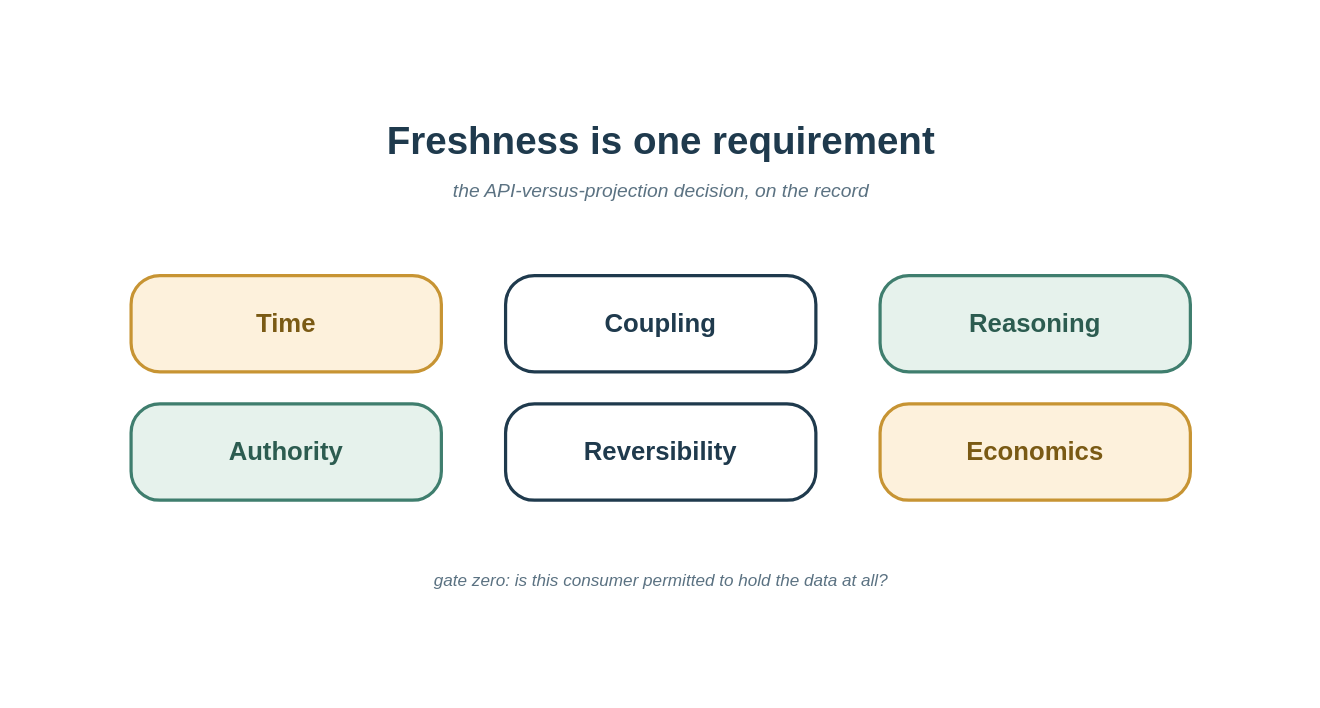
AlexeyEvlampiev/alexeyevlampiev.github.io keeps this draw.io diagram as content/posts/freshness-isnt-the-only-axis/social-card.drawio. Above is the earlier version. Source tidied: cells renumbered, new cells numbered last; positions are measured from the earlier drawing's top-left corner, leaving out a move shared by most shapes. Both pictures are drawn from the tidied source at 107%, with x=0, y=0 at pixel (18, 18).
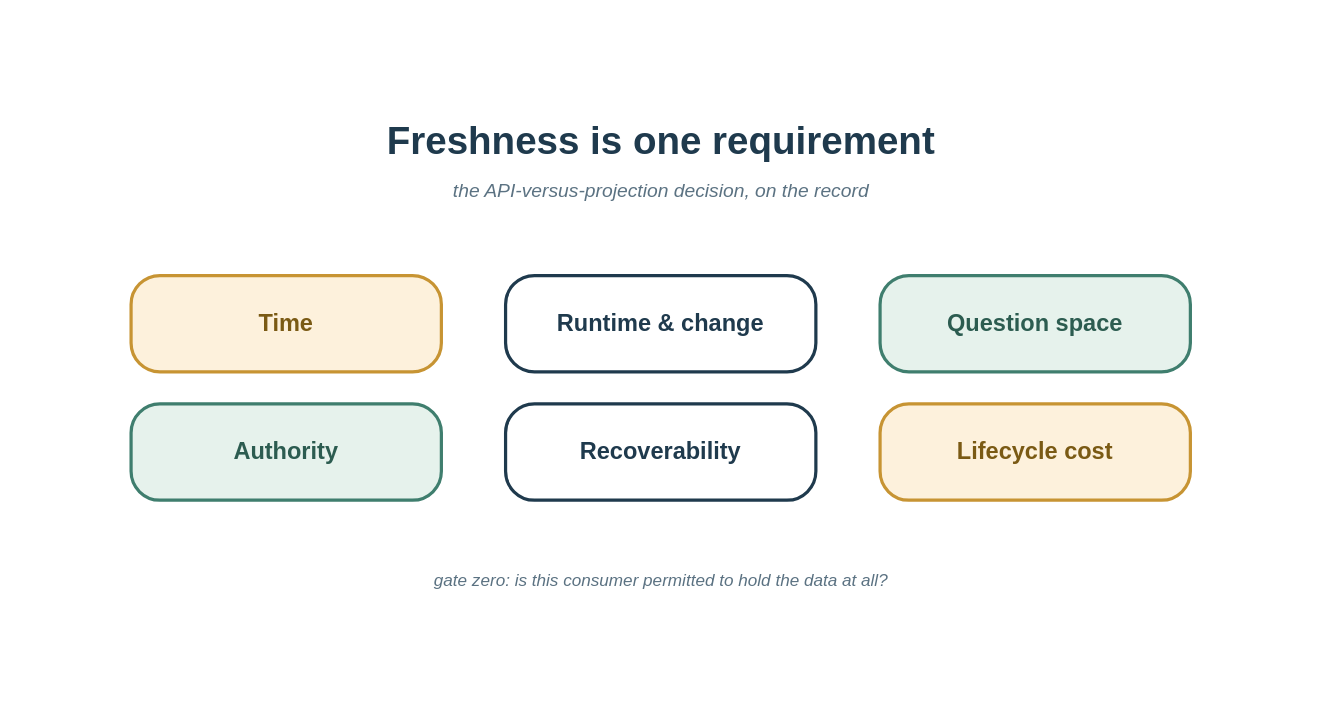
Above is the later version.

The edit, as a diff of the source:
```diff
@@
 <mxGraphModel>
   <root>
     <mxCell id="0" />
     <mxCell id="1" parent="0" />
     <mxCell id="2" style="rounded=0;whiteSpace=wrap;html=1;fillColor=#ffffff;strokeColor=none;" parent="1" vertex="1">
       <mxGeometry width="1200" height="628" as="geometry" />
     </mxCell>
     <mxCell id="3" value="Freshness is one requirement" style="text;html=1;fontSize=36;fontStyle=1;fontColor=#1f3a4d;align=center;verticalAlign=middle;" parent="1" vertex="1">
       <mxGeometry x="100" y="90" width="1000" height="48" as="geometry" />
     </mxCell>
     <mxCell id="4" value="the API-versus-projection decision, on the record" style="text;html=1;fontSize=18;fontStyle=2;fontColor=#5b7282;align=center;verticalAlign=middle;" parent="1" vertex="1">
       <mxGeometry x="100" y="146" width="1000" height="30" as="geometry" />
     </mxCell>
-    <mxCell id="5" value="&lt;font style=&quot;font-size:24px&quot;&gt;&lt;b&gt;Time&lt;/b&gt;&lt;/font&gt;" style="rounded=1;whiteSpace=wrap;html=1;fillColor=#fdf1dc;strokeColor=#c79433;strokeWidth=3;fontColor=#7a5a14;arcSize=30;" parent="1" vertex="1">
+    <mxCell id="5" value="&lt;font style=&quot;font-size:22px&quot;&gt;&lt;b&gt;Time&lt;/b&gt;&lt;/font&gt;" style="rounded=1;whiteSpace=wrap;html=1;fillColor=#fdf1dc;strokeColor=#c79433;strokeWidth=3;fontColor=#7a5a14;arcSize=30;" parent="1" vertex="1">
       <mxGeometry x="105" y="240" width="290" height="90" as="geometry" />
     </mxCell>
-    <mxCell id="6" value="&lt;font style=&quot;font-size:24px&quot;&gt;&lt;b&gt;Coupling&lt;/b&gt;&lt;/font&gt;" style="rounded=1;whiteSpace=wrap;html=1;fillColor=#ffffff;strokeColor=#1f3a4d;strokeWidth=3;fontColor=#1f3a4d;arcSize=30;" parent="1" vertex="1">
+    <mxCell id="6" value="&lt;font style=&quot;font-size:22px&quot;&gt;&lt;b&gt;Runtime &amp;amp; change&lt;/b&gt;&lt;/font&gt;" style="rounded=1;whiteSpace=wrap;html=1;fillColor=#ffffff;strokeColor=#1f3a4d;strokeWidth=3;fontColor=#1f3a4d;arcSize=30;" parent="1" vertex="1">
       <mxGeometry x="455" y="240" width="290" height="90" as="geometry" />
     </mxCell>
-    <mxCell id="7" value="&lt;font style=&quot;font-size:24px&quot;&gt;&lt;b&gt;Reasoning&lt;/b&gt;&lt;/font&gt;" style="rounded=1;whiteSpace=wrap;html=1;fillColor=#e6f2ec;strokeColor=#3f7e6e;strokeWidth=3;fontColor=#2c5c50;arcSize=30;" parent="1" vertex="1">
+    <mxCell id="7" value="&lt;font style=&quot;font-size:22px&quot;&gt;&lt;b&gt;Question space&lt;/b&gt;&lt;/font&gt;" style="rounded=1;whiteSpace=wrap;html=1;fillColor=#e6f2ec;strokeColor=#3f7e6e;strokeWidth=3;fontColor=#2c5c50;arcSize=30;" parent="1" vertex="1">
       <mxGeometry x="805" y="240" width="290" height="90" as="geometry" />
     </mxCell>
-    <mxCell id="8" value="&lt;font style=&quot;font-size:24px&quot;&gt;&lt;b&gt;Authority&lt;/b&gt;&lt;/font&gt;" style="rounded=1;whiteSpace=wrap;html=1;fillColor=#e6f2ec;strokeColor=#3f7e6e;strokeWidth=3;fontColor=#2c5c50;arcSize=30;" parent="1" vertex="1">
+    <mxCell id="8" value="&lt;font style=&quot;font-size:22px&quot;&gt;&lt;b&gt;Authority&lt;/b&gt;&lt;/font&gt;" style="rounded=1;whiteSpace=wrap;html=1;fillColor=#e6f2ec;strokeColor=#3f7e6e;strokeWidth=3;fontColor=#2c5c50;arcSize=30;" parent="1" vertex="1">
       <mxGeometry x="105" y="360" width="290" height="90" as="geometry" />
     </mxCell>
-    <mxCell id="9" value="&lt;font style=&quot;font-size:24px&quot;&gt;&lt;b&gt;Reversibility&lt;/b&gt;&lt;/font&gt;" style="rounded=1;whiteSpace=wrap;html=1;fillColor=#ffffff;strokeColor=#1f3a4d;strokeWidth=3;fontColor=#1f3a4d;arcSize=30;" parent="1" vertex="1">
+    <mxCell id="9" value="&lt;font style=&quot;font-size:22px&quot;&gt;&lt;b&gt;Recoverability&lt;/b&gt;&lt;/font&gt;" style="rounded=1;whiteSpace=wrap;html=1;fillColor=#ffffff;strokeColor=#1f3a4d;strokeWidth=3;fontColor=#1f3a4d;arcSize=30;" parent="1" vertex="1">
       <mxGeometry x="455" y="360" width="290" height="90" as="geometry" />
     </mxCell>
-    <mxCell id="10" value="&lt;font style=&quot;font-size:24px&quot;&gt;&lt;b&gt;Economics&lt;/b&gt;&lt;/font&gt;" style="rounded=1;whiteSpace=wrap;html=1;fillColor=#fdf1dc;strokeColor=#c79433;strokeWidth=3;fontColor=#7a5a14;arcSize=30;" parent="1" vertex="1">
+    <mxCell id="10" value="&lt;font style=&quot;font-size:22px&quot;&gt;&lt;b&gt;Lifecycle cost&lt;/b&gt;&lt;/font&gt;" style="rounded=1;whiteSpace=wrap;html=1;fillColor=#fdf1dc;strokeColor=#c79433;strokeWidth=3;fontColor=#7a5a14;arcSize=30;" parent="1" vertex="1">
       <mxGeometry x="805" y="360" width="290" height="90" as="geometry" />
     </mxCell>
     <mxCell id="11" value="&lt;font style=&quot;font-size:16px&quot;&gt;&lt;i&gt;gate zero: is this consumer permitted to hold the data at all?&lt;/i&gt;&lt;/font&gt;" style="text;html=1;fontColor=#5b7282;align=center;verticalAlign=middle;" parent="1" vertex="1">
       <mxGeometry x="100" y="510" width="1000" height="30" as="geometry" />
     </mxCell>
   </root>
 </mxGraphModel>
```
